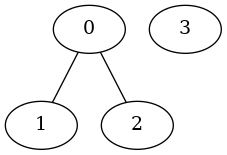
Above: p2GraphEasy/graph_1.png in nash-raf/Graph-language- (Graphviz), before the change. Its source is kept beside it as p2GraphEasy/graph_1.dot. Its diagram source:
```dot
graph G1 {
  0;
  1;
  2;
  3;
  0 -- 1;
  0 -- 2;
}
```
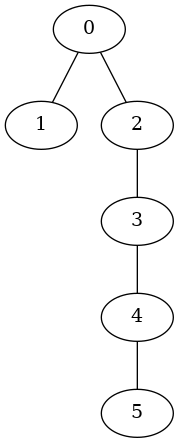
Above is the later version.

Change to the diagram source:
```diff
@@ -3,6 +3,11 @@
   1;
   2;
   3;
+  4;
+  5;
   0 -- 1;
   0 -- 2;
+  2 -- 3;
+  3 -- 4;
+  4 -- 5;
 }
```
